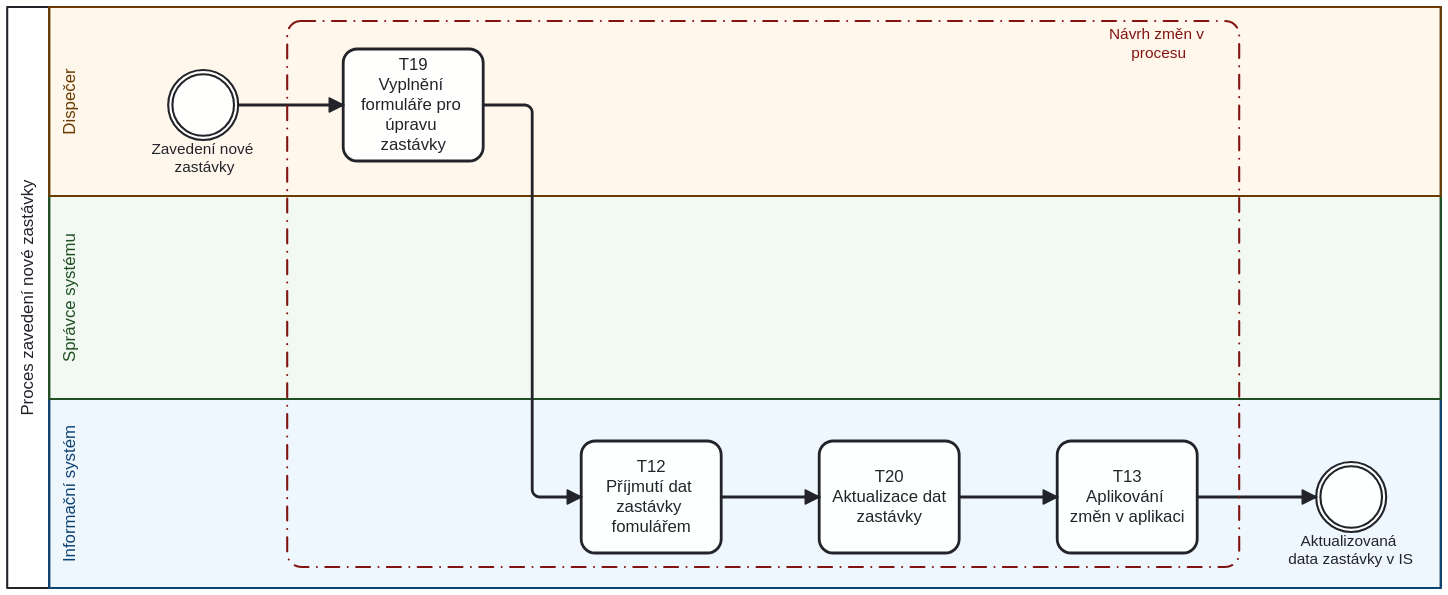
StrangerTwo/bachelor-thesis keeps this BPMN diagram as images/Pr2_v2 Zavedení nové zastávky.svg. Above is the earlier version. Its source is kept beside it as images/Pr2_v2 Zavedení nové zastávky.bpmn. Ids are renumbered.
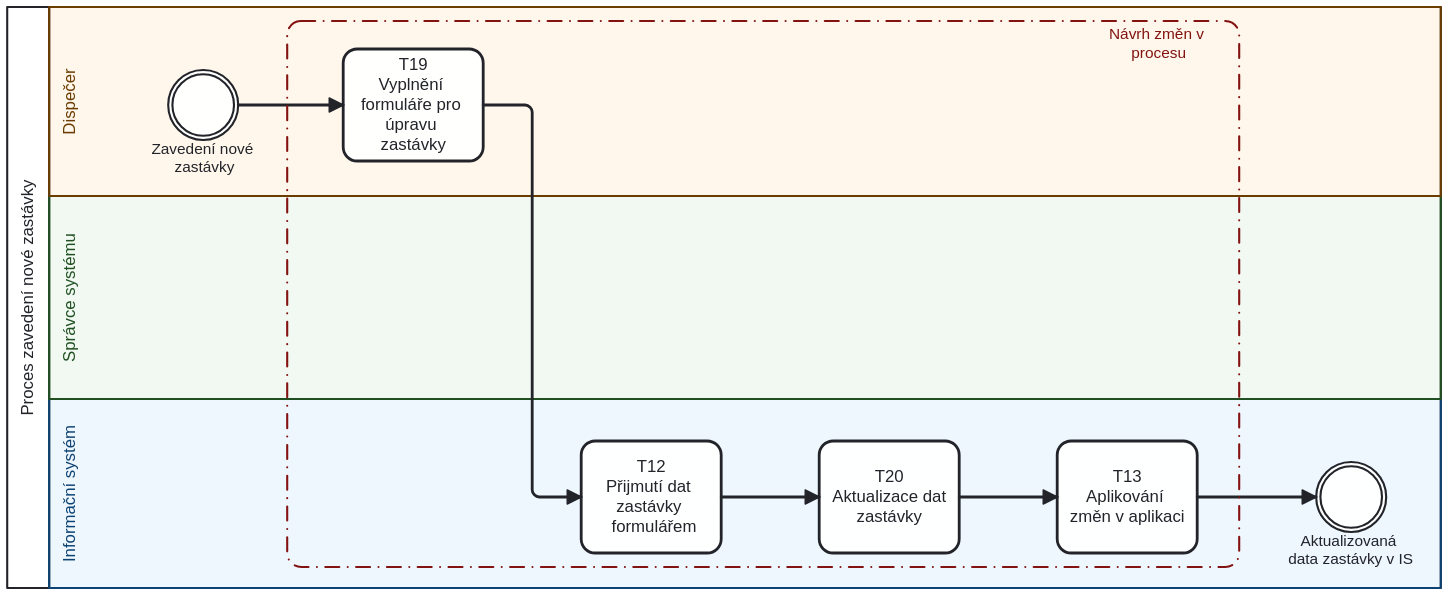
Later version of the same file.

What changed in the source:
```diff
@@ -28,7 +28,7 @@
       <incoming>Flow_rel-Zm_na_j_zdn_ho___du-Informov_n__spr_vce_syst_mu_o_zm_n__j_zdn_ch___d_-forward</incoming>
       <outgoing>Flow_n7</outgoing>
     </task>
-    <task id="Activity_n4" name="T12&#10;Příjmutí dat zastávky fomulářem">
+    <task id="Activity_n4" name="T12&#10;Přijmutí dat zastávky formulářem">
       <incoming>Flow_n7</incoming>
       <outgoing>Flow_n8</outgoing>
     </task>
```
